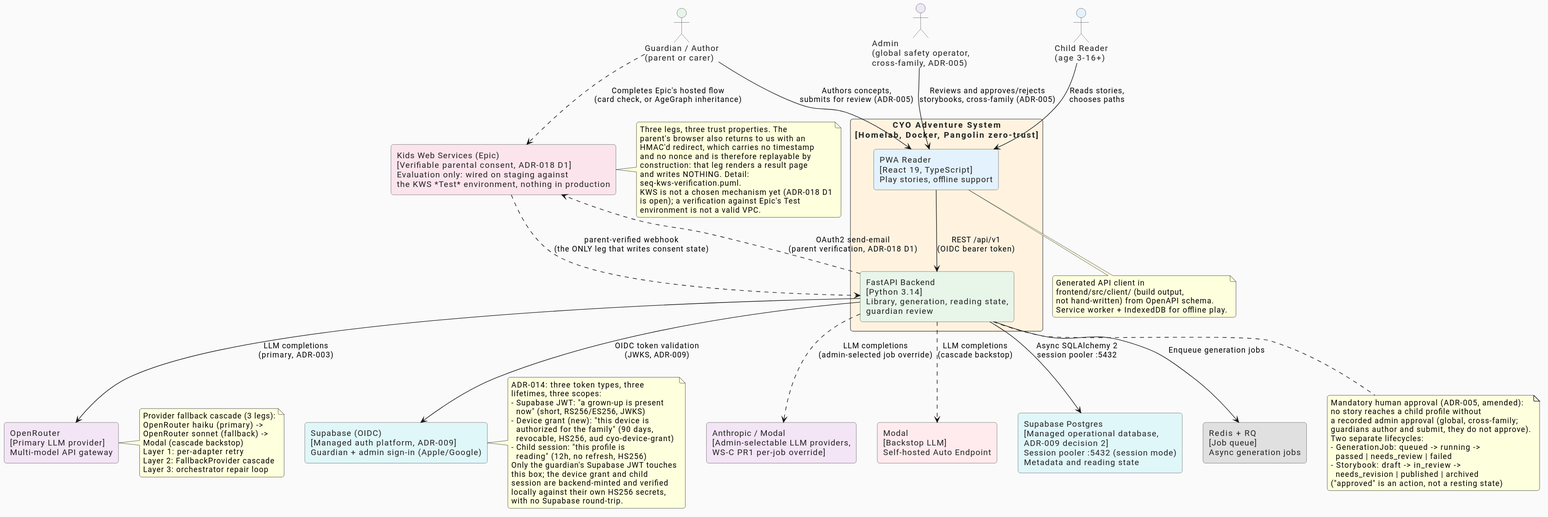
ByronWilliamsCPA/cyo-adventure keeps this PlantUML diagram as docs/architecture/diagrams/c4-context.svg. Above is the earlier version.
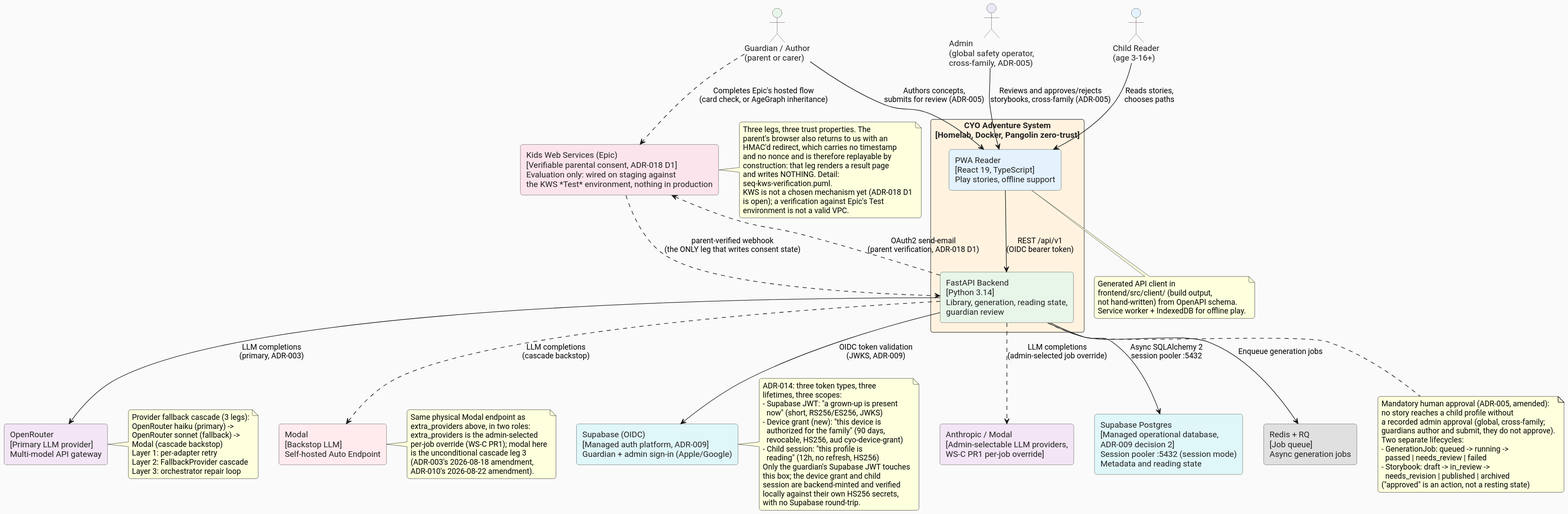
The same diagram one commit later.

Change to the diagram source:
```diff
@@ -64,6 +64,16 @@
   Layer 3: orchestrator repair loop
 end note
 
+note right of modal
+  Same physical Modal endpoint as
+  extra_providers above, in two roles:
+  extra_providers is the admin-selected
+  per-job override (WS-C PR1); modal here
+  is the unconditional cascade leg 3
+  (ADR-003's 2026-08-18 amendment,
+  ADR-010's 2026-08-22 amendment).
+end note
+
 note bottom of backend
   Mandatory human approval (ADR-005, amended):
   no story reaches a child profile without
```
